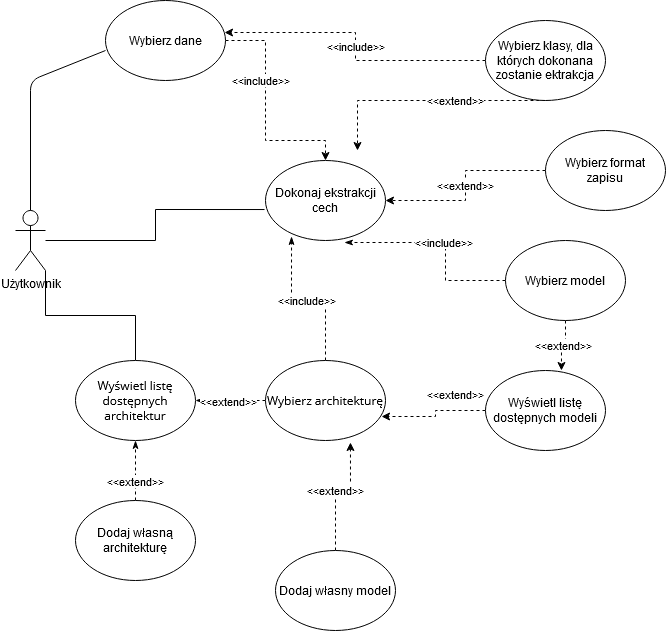
Mikohab450/FeatureExtraction keeps this draw.io diagram as Praca_Inz/pol/usecase.png. Above is the earlier version. Source tidied: cells renumbered, new cells last; positions are measured from the earlier drawing's top-left corner, leaving out a move shared by most shapes.
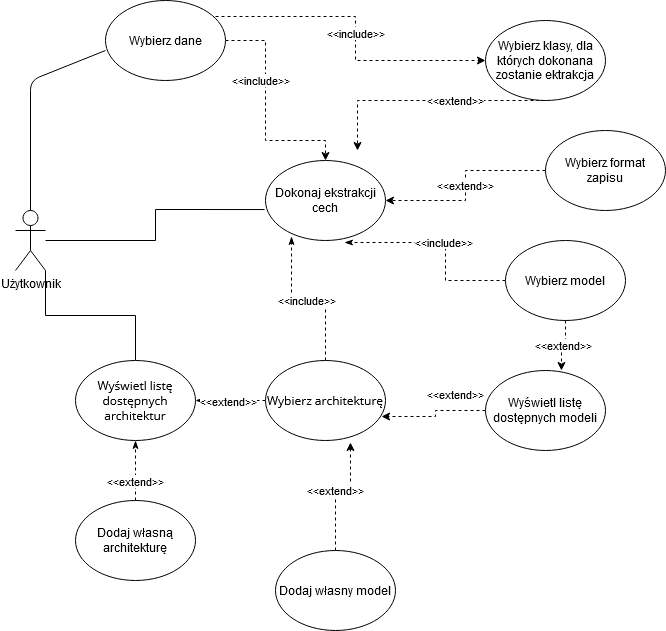
The same file after the commit.

What changed in the source:
```diff
@@ -74,7 +74,7 @@
         </Array>
       </mxGeometry>
     </mxCell>
-    <mxCell id="21" value="&amp;lt;&amp;lt;include&amp;gt;&amp;gt;" style="edgeStyle=orthogonalEdgeStyle;rounded=0;jettySize=auto;html=1;entryX=0.992;entryY=0.4;entryDx=0;entryDy=0;entryPerimeter=0;dashed=1;" parent="1" edge="1" source="22" target="8">
+    <mxCell id="21" value="&amp;lt;&amp;lt;include&amp;gt;&amp;gt;" style="edgeStyle=orthogonalEdgeStyle;rounded=0;jettySize=auto;html=1;dashed=1;exitX=0.917;exitY=0.2;exitDx=0;exitDy=0;exitPerimeter=0;entryX=0;entryY=0.5;entryDx=0;entryDy=0;" parent="1" edge="1" source="8" target="22">
       <mxGeometry relative="1" as="geometry" />
     </mxCell>
     <mxCell id="22" value="Wybierz klasy, dla których dokonana zostanie ektrakcja" style="ellipse;whiteSpace=wrap;html=1;" parent="1" vertex="1">
```
